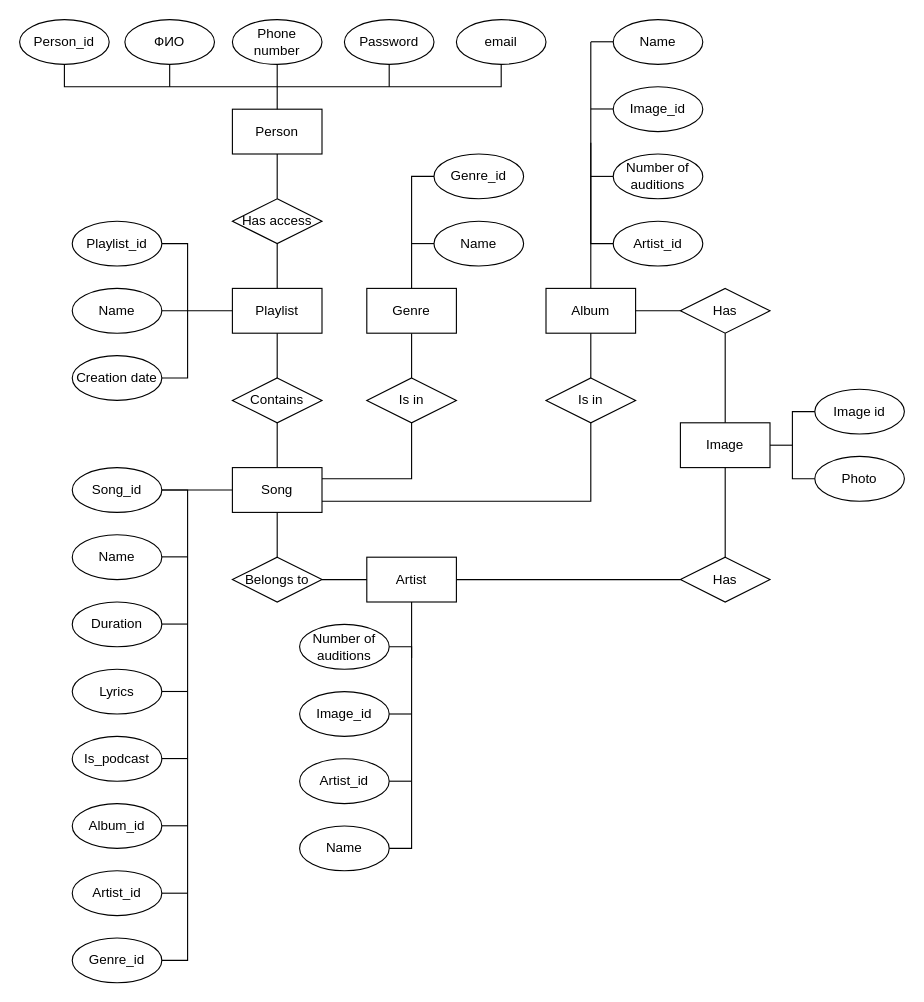
The draw.io diagram кмпо 2.0.drawio in marsek4/database, before the edit. Source tidied: cells renumbered, new cells numbered last; positions are measured from the earlier drawing's top-left corner, leaving out a move shared by most shapes. Both pictures are drawn from the tidied source at 112%, with x=0, y=0 at pixel (19, 19).
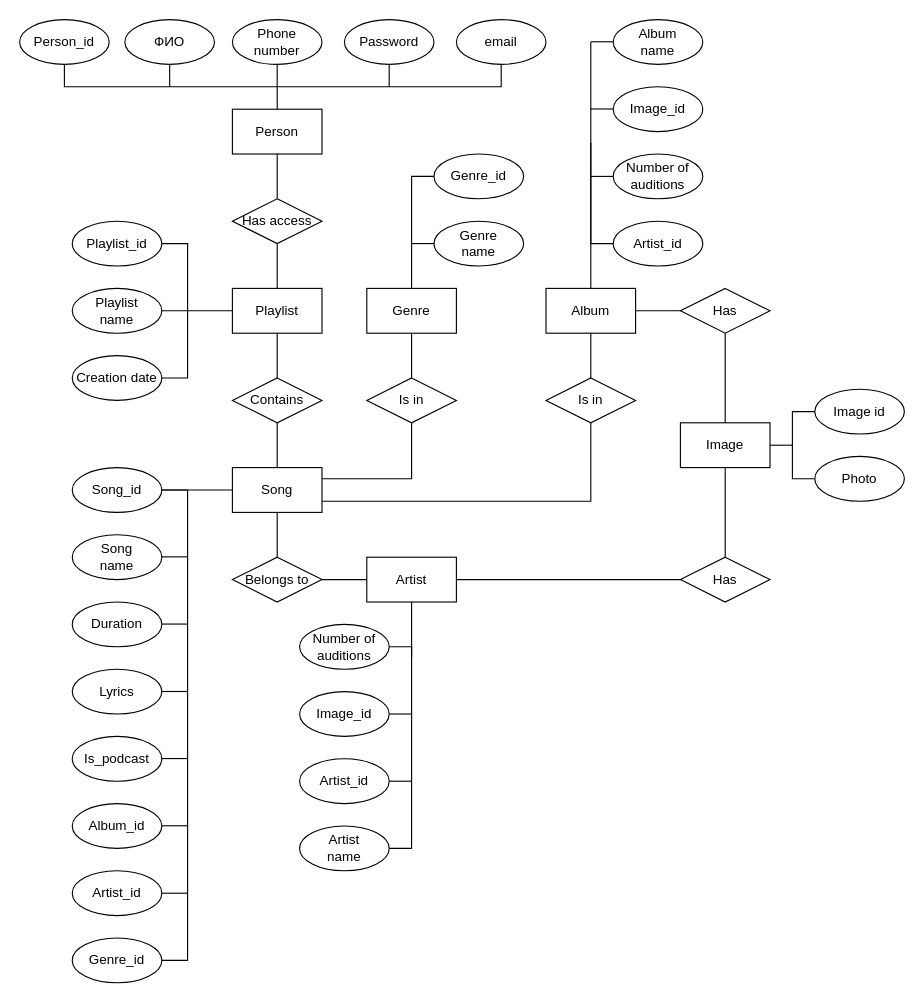
Above is the later version.

What changed in the source:
```diff
@@
-    <mxCell id="16" value="Name" style="ellipse;whiteSpace=wrap;html=1;" parent="1" vertex="1">
+    <mxCell id="16" value="Playlist&lt;br&gt;name" style="ellipse;whiteSpace=wrap;html=1;" parent="1" vertex="1">
       <mxGeometry x="47" y="240" width="80" height="40" as="geometry" />
     </mxCell>
@@
-    <mxCell id="22" value="Name" style="ellipse;whiteSpace=wrap;html=1;" parent="1" vertex="1">
+    <mxCell id="22" value="Song&lt;br&gt;name" style="ellipse;whiteSpace=wrap;html=1;" parent="1" vertex="1">
       <mxGeometry x="47" y="460" width="80" height="40" as="geometry" />
     </mxCell>
@@
-    <mxCell id="44" value="Name" style="ellipse;whiteSpace=wrap;html=1;" parent="1" vertex="1">
+    <mxCell id="44" value="Genre&lt;br&gt;name" style="ellipse;whiteSpace=wrap;html=1;" parent="1" vertex="1">
       <mxGeometry x="370" y="180" width="80" height="40" as="geometry" />
     </mxCell>
@@
-    <mxCell id="55" value="Name" style="ellipse;whiteSpace=wrap;html=1;" parent="1" vertex="1">
+    <mxCell id="55" value="Artist&lt;br&gt;name" style="ellipse;whiteSpace=wrap;html=1;" parent="1" vertex="1">
       <mxGeometry x="250" y="720" width="80" height="40" as="geometry" />
     </mxCell>
@@
-    <mxCell id="64" value="Name" style="ellipse;whiteSpace=wrap;html=1;" parent="1" vertex="1">
+    <mxCell id="64" value="Album&lt;br&gt;name" style="ellipse;whiteSpace=wrap;html=1;" parent="1" vertex="1">
       <mxGeometry x="530" width="80" height="40" as="geometry" />
     </mxCell>
```
